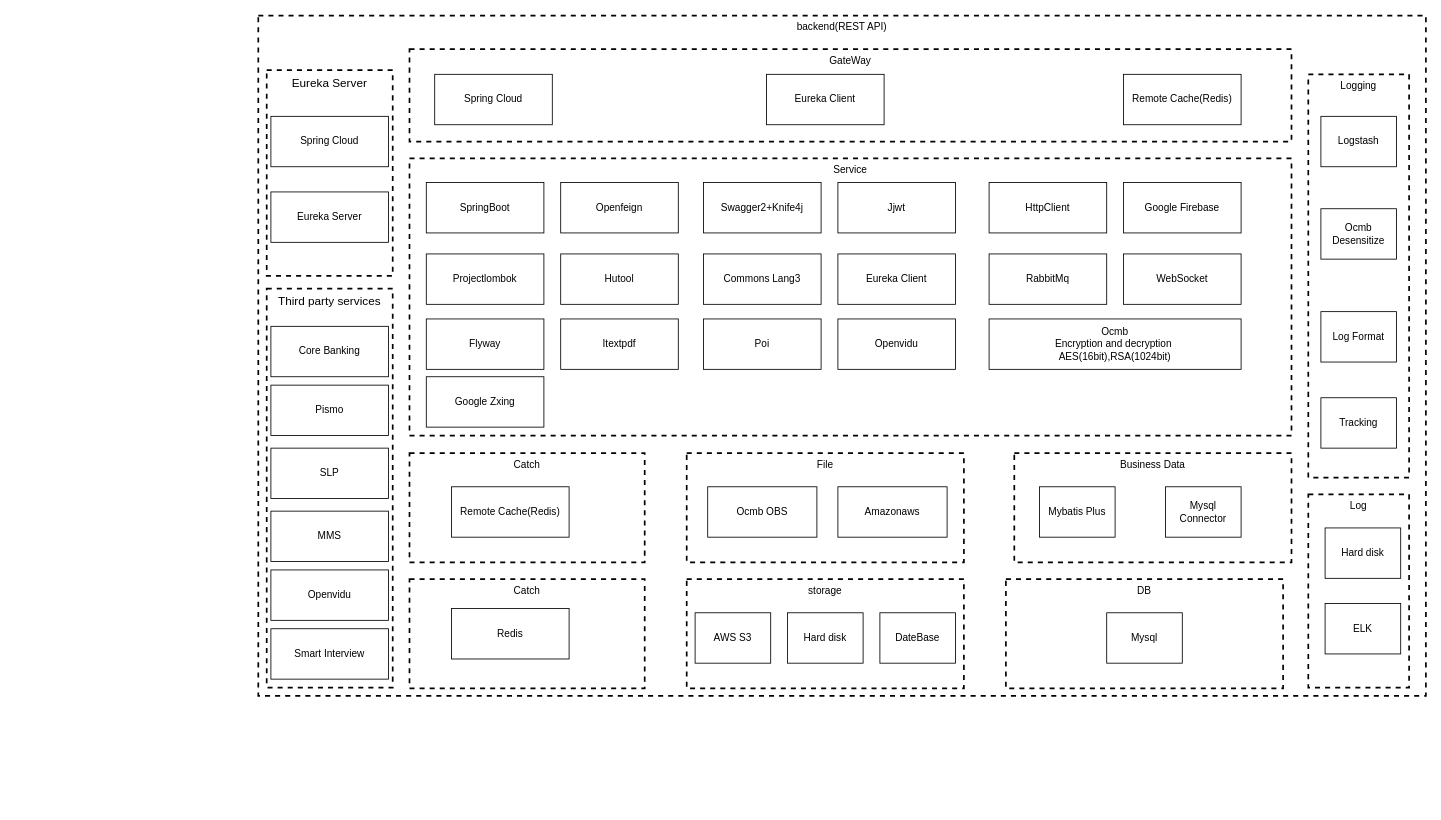
The draw.io diagram user/ocmb-service-lib1.drawio in jiangwu85/cloud-config-samples, before the edit. Source tidied: cells renumbered, new cells numbered last; positions are measured from the earlier drawing's top-left corner, leaving out a move shared by most shapes. Both pictures are drawn from the tidied source at 84%, with x=0, y=0 at pixel (258, 15).
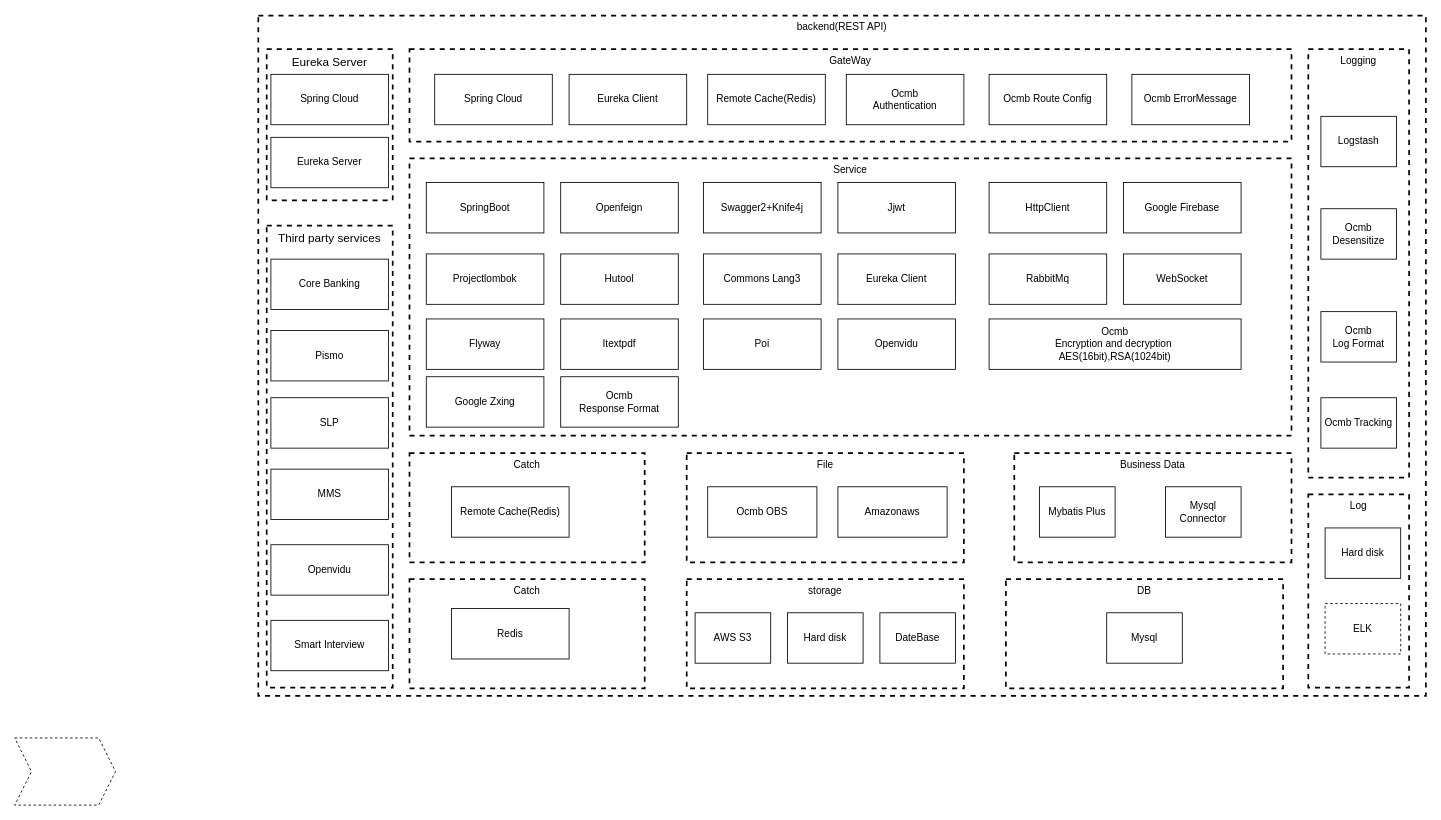
After the change.

Diff of the diagram source:
```diff
@@
     <mxCell id="8" value="&lt;div&gt;&lt;span style=&quot;font-weight: 400;&quot;&gt;Logging&lt;/span&gt;&lt;/div&gt;" style="rounded=0;whiteSpace=wrap;html=1;dashed=1;strokeWidth=2;fillColor=none;verticalAlign=top;fontStyle=1;" parent="1" vertex="1">
-      <mxGeometry x="1250" y="70" width="120" height="480" as="geometry" />
+      <mxGeometry x="1250" y="40" width="120" height="510" as="geometry" />
     </mxCell>
     <mxCell id="9" value="&lt;span style=&quot;font-size: 14px; font-weight: 400;&quot;&gt;Eureka&amp;nbsp;Server&lt;/span&gt;" style="rounded=0;whiteSpace=wrap;html=1;dashed=1;strokeWidth=2;fillColor=none;verticalAlign=top;fontStyle=1;" parent="1" vertex="1">
-      <mxGeometry x="10" y="65" width="150" height="245" as="geometry" />
+      <mxGeometry x="10" y="40" width="150" height="180" as="geometry" />
     </mxCell>
@@
-    <mxCell id="24" value="Log Format" style="rounded=0;whiteSpace=wrap;html=1;fontColor=#000000;fillColor=none;" parent="1" vertex="1">
+    <mxCell id="24" value="Ocmb&lt;br&gt;Log Format" style="rounded=0;whiteSpace=wrap;html=1;fontColor=#000000;fillColor=none;" parent="1" vertex="1">
       <mxGeometry x="1265" y="352.5" width="90" height="60" as="geometry" />
     </mxCell>
-    <mxCell id="25" value="Tracking" style="rounded=0;whiteSpace=wrap;html=1;fontColor=#000000;fillColor=none;" parent="1" vertex="1">
+    <mxCell id="25" value="Ocmb Tracking" style="rounded=0;whiteSpace=wrap;html=1;fontColor=#000000;fillColor=none;" parent="1" vertex="1">
       <mxGeometry x="1265" y="455" width="90" height="60" as="geometry" />
     </mxCell>
@@
     <mxCell id="48" value="Eureka Client" style="rounded=0;whiteSpace=wrap;html=1;fontColor=#000000;fillColor=none;" parent="1" vertex="1">
-      <mxGeometry x="605" y="70" width="140" height="60" as="geometry" />
+      <mxGeometry x="370" y="70" width="140" height="60" as="geometry" />
     </mxCell>
     <mxCell id="49" value="Remote&amp;nbsp;Cache(Redis)" style="rounded=0;whiteSpace=wrap;html=1;fontColor=#000000;fillColor=none;" parent="1" vertex="1">
-      <mxGeometry x="1030" y="70" width="140" height="60" as="geometry" />
+      <mxGeometry x="535" y="70" width="140" height="60" as="geometry" />
     </mxCell>
     <mxCell id="50" value="Spring Cloud" style="rounded=0;whiteSpace=wrap;html=1;fontColor=#000000;fillColor=none;" parent="1" vertex="1">
-      <mxGeometry x="15" y="120" width="140" height="60" as="geometry" />
+      <mxGeometry x="15" y="70" width="140" height="60" as="geometry" />
     </mxCell>
     <mxCell id="51" value="Eureka Server" style="rounded=0;whiteSpace=wrap;html=1;fontColor=#000000;fillColor=none;" parent="1" vertex="1">
-      <mxGeometry x="15" y="210" width="140" height="60" as="geometry" />
+      <mxGeometry x="15" y="145" width="140" height="60" as="geometry" />
     </mxCell>
     <mxCell id="52" value="&lt;div&gt;&lt;span style=&quot;font-size: 14px; font-weight: 400;&quot;&gt;Third party services&lt;/span&gt;&lt;/div&gt;" style="rounded=0;whiteSpace=wrap;html=1;dashed=1;strokeWidth=2;fillColor=none;verticalAlign=top;fontStyle=1;" parent="1" vertex="1">
-      <mxGeometry x="10" y="325" width="150" height="475" as="geometry" />
+      <mxGeometry x="10" y="250" width="150" height="550" as="geometry" />
     </mxCell>
     <mxCell id="53" value="Core Banking" style="rounded=0;whiteSpace=wrap;html=1;fontColor=#000000;fillColor=none;" parent="1" vertex="1">
-      <mxGeometry x="15" y="370" width="140" height="60" as="geometry" />
+      <mxGeometry x="15" y="290" width="140" height="60" as="geometry" />
     </mxCell>
     <mxCell id="54" value="Pismo" style="rounded=0;whiteSpace=wrap;html=1;fontColor=#000000;fillColor=none;" parent="1" vertex="1">
-      <mxGeometry x="15" y="440" width="140" height="60" as="geometry" />
+      <mxGeometry x="15" y="375" width="140" height="60" as="geometry" />
     </mxCell>
     <mxCell id="55" value="SLP" style="rounded=0;whiteSpace=wrap;html=1;fontColor=#000000;fillColor=none;" parent="1" vertex="1">
-      <mxGeometry x="15" y="515" width="140" height="60" as="geometry" />
+      <mxGeometry x="15" y="455" width="140" height="60" as="geometry" />
     </mxCell>
     <mxCell id="56" value="MMS" style="rounded=0;whiteSpace=wrap;html=1;fontColor=#000000;fillColor=none;" parent="1" vertex="1">
-      <mxGeometry x="15" y="590" width="140" height="60" as="geometry" />
+      <mxGeometry x="15" y="540" width="140" height="60" as="geometry" />
     </mxCell>
     <mxCell id="57" value="Openvidu" style="rounded=0;whiteSpace=wrap;html=1;fontColor=#000000;fillColor=none;" parent="1" vertex="1">
-      <mxGeometry x="15" y="660" width="140" height="60" as="geometry" />
+      <mxGeometry x="15" y="630" width="140" height="60" as="geometry" />
     </mxCell>
     <mxCell id="58" value="Smart Interview" style="rounded=0;whiteSpace=wrap;html=1;fontColor=#000000;fillColor=none;" parent="1" vertex="1">
-      <mxGeometry x="15" y="730" width="140" height="60" as="geometry" />
+      <mxGeometry x="15" y="720" width="140" height="60" as="geometry" />
     </mxCell>
-    <mxCell id="59" value="ELK" style="rounded=0;whiteSpace=wrap;html=1;fontColor=#000000;fillColor=none;" parent="1" vertex="1">
+    <mxCell id="59" value="ELK" style="rounded=0;whiteSpace=wrap;html=1;fontColor=#000000;fillColor=none;dashed=1;" parent="1" vertex="1">
       <mxGeometry x="1270" y="700" width="90" height="60" as="geometry" />
     </mxCell>
+    <mxCell id="60" value="Ocmb&lt;br&gt;Authentication" style="rounded=0;whiteSpace=wrap;html=1;fontColor=#000000;fillColor=none;" parent="1" vertex="1">
+      <mxGeometry x="700" y="70" width="140" height="60" as="geometry" />
+    </mxCell>
+    <mxCell id="61" value="Ocmb Route&amp;nbsp;Config" style="rounded=0;whiteSpace=wrap;html=1;fontColor=#000000;fillColor=none;" parent="1" vertex="1">
+      <mxGeometry x="870" y="70" width="140" height="60" as="geometry" />
+    </mxCell>
+    <mxCell id="62" value="Ocmb ErrorMessage" style="rounded=0;whiteSpace=wrap;html=1;fontColor=#000000;fillColor=none;" parent="1" vertex="1">
+      <mxGeometry x="1040" y="70" width="140" height="60" as="geometry" />
+    </mxCell>
+    <mxCell id="63" value="Ocmb&lt;br&gt;Response Format" style="rounded=0;whiteSpace=wrap;html=1;fontColor=#000000;fillColor=none;" parent="1" vertex="1">
+      <mxGeometry x="360" y="430" width="140" height="60" as="geometry" />
+    </mxCell>
+    <mxCell id="64" style="shape=step;perimeter=stepPerimeter;whiteSpace=wrap;html=1;fixedSize=1;dashed=1;fontColor=#000000;fillColor=none;" parent="1" vertex="1">
+      <mxGeometry x="-290" y="860" width="120" height="80" as="geometry" />
+    </mxCell>
```
